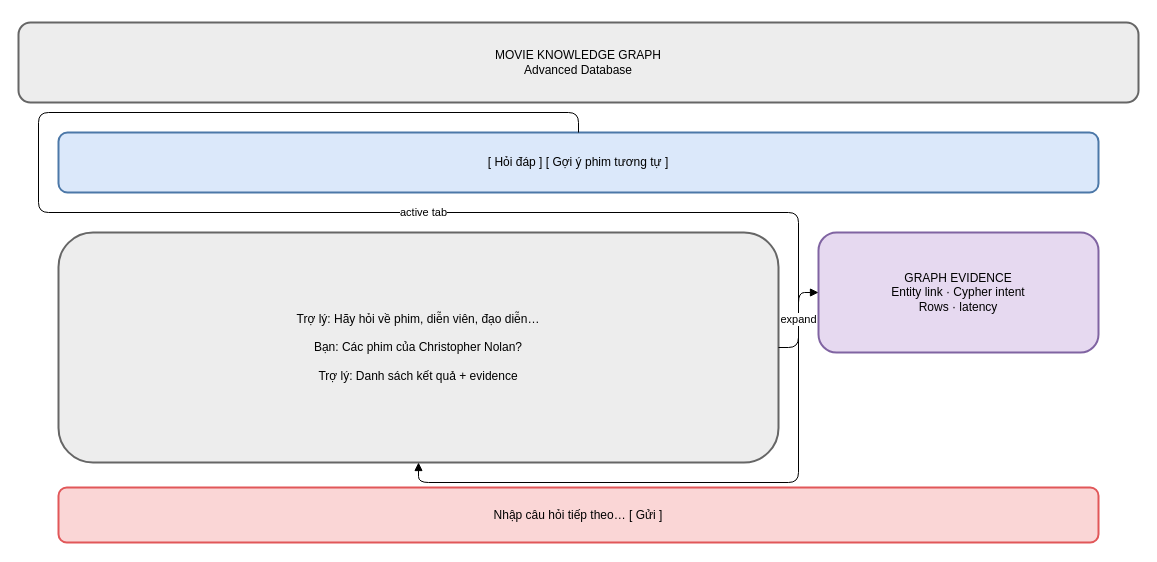
The draw.io diagram report_latex/images/sources/web_ui.drawio in khanhhk/advanced_database, before the edit. Source tidied: cells renumbered, new cells numbered last; positions are measured from the earlier drawing's top-left corner, leaving out a move shared by most shapes. Both pictures are drawn from the tidied source at 100%, with x=0, y=0 at pixel (18, 22).
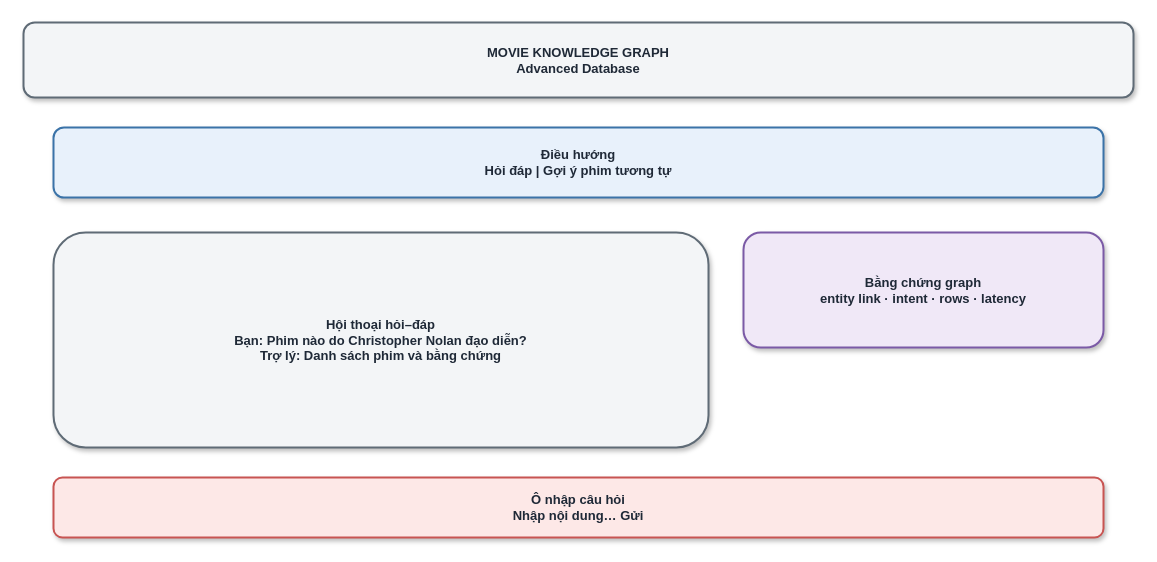
The same diagram, later.

Diff of the diagram source:
```diff
@@
 <mxGraphModel>
   <root>
     <mxCell id="0" />
     <mxCell id="1" parent="0" />
-    <mxCell id="2" value="MOVIE KNOWLEDGE GRAPH&#10;Advanced Database" style="rounded=1;whiteSpace=wrap;html=1;fillColor=#ededed;strokeColor=#666666;strokeWidth=2;" parent="1" vertex="1">
-      <mxGeometry width="1120" height="80" as="geometry" />
+    <mxCell id="2" value="MOVIE KNOWLEDGE GRAPH&#10;Advanced Database" style="rounded=1;whiteSpace=wrap;html=1;fillColor=#F3F5F7;strokeColor=#5F6B76;strokeWidth=2;fontSize=13;fontColor=#1F2937;fontStyle=1;spacing=8;shadow=1;" parent="1" vertex="1">
+      <mxGeometry x="5" width="1110" height="75" as="geometry" />
     </mxCell>
-    <mxCell id="3" value="[ Hỏi đáp ]     [ Gợi ý phim tương tự ]" style="rounded=1;whiteSpace=wrap;html=1;fillColor=#dbe8fa;strokeColor=#4c78a8;strokeWidth=2;" parent="1" vertex="1">
-      <mxGeometry x="40" y="110" width="1040" height="60" as="geometry" />
+    <mxCell id="3" value="Điều hướng&#10;Hỏi đáp   |   Gợi ý phim tương tự" style="rounded=1;whiteSpace=wrap;html=1;fillColor=#E8F1FB;strokeColor=#3B73A8;strokeWidth=2;fontSize=13;fontColor=#1F2937;fontStyle=1;spacing=8;shadow=1;" parent="1" vertex="1">
+      <mxGeometry x="35" y="105" width="1050" height="70" as="geometry" />
     </mxCell>
-    <mxCell id="4" value="Trợ lý: Hãy hỏi về phim, diễn viên, đạo diễn…&#10;&#10;Bạn: Các phim của Christopher Nolan?&#10;&#10;Trợ lý: Danh sách kết quả + evidence" style="rounded=1;whiteSpace=wrap;html=1;fillColor=#ededed;strokeColor=#666666;strokeWidth=2;" parent="1" vertex="1">
-      <mxGeometry x="40" y="210" width="720" height="230" as="geometry" />
+    <mxCell id="4" value="Hội thoại hỏi–đáp&#10;Bạn: Phim nào do Christopher Nolan đạo diễn?&#10;Trợ lý: Danh sách phim và bằng chứng" style="rounded=1;whiteSpace=wrap;html=1;fillColor=#F3F5F7;strokeColor=#5F6B76;strokeWidth=2;fontSize=13;fontColor=#1F2937;fontStyle=1;spacing=8;shadow=1;" parent="1" vertex="1">
+      <mxGeometry x="35" y="210" width="655" height="215" as="geometry" />
     </mxCell>
-    <mxCell id="5" value="GRAPH EVIDENCE&#10;Entity link · Cypher intent&#10;Rows · latency" style="rounded=1;whiteSpace=wrap;html=1;fillColor=#e6d9f0;strokeColor=#8064a2;strokeWidth=2;" parent="1" vertex="1">
-      <mxGeometry x="800" y="210" width="280" height="120" as="geometry" />
+    <mxCell id="5" value="Bằng chứng graph&#10;entity link · intent · rows · latency" style="rounded=1;whiteSpace=wrap;html=1;fillColor=#F0E8F7;strokeColor=#7B5AA6;strokeWidth=2;fontSize=13;fontColor=#1F2937;fontStyle=1;spacing=8;shadow=1;" parent="1" vertex="1">
+      <mxGeometry x="725" y="210" width="360" height="115" as="geometry" />
     </mxCell>
-    <mxCell id="6" value="Nhập câu hỏi tiếp theo…                         [ Gửi ]" style="rounded=1;whiteSpace=wrap;html=1;fillColor=#fad6d6;strokeColor=#e15759;strokeWidth=2;" parent="1" vertex="1">
-      <mxGeometry x="40" y="465" width="1040" height="55" as="geometry" />
+    <mxCell id="6" value="Ô nhập câu hỏi&#10;Nhập nội dung…                                      Gửi" style="rounded=1;whiteSpace=wrap;html=1;fillColor=#FDE8E7;strokeColor=#C85452;strokeWidth=2;fontSize=13;fontColor=#1F2937;fontStyle=1;spacing=8;shadow=1;" parent="1" vertex="1">
+      <mxGeometry x="35" y="455" width="1050" height="60" as="geometry" />
     </mxCell>
-    <mxCell id="7" value="active tab" style="edgeStyle=orthogonalEdgeStyle;rounded=1;jettySize=auto;html=1;endArrow=block;exitX=0.5;exitY=0;exitDx=0;exitDy=0;entryX=0.5;entryY=1;entryDx=0;entryDy=0;" parent="1" edge="1" source="3" target="4">
-      <mxGeometry relative="1" as="geometry" />
-    </mxCell>
-    <mxCell id="8" value="expand" style="edgeStyle=orthogonalEdgeStyle;rounded=1;jettySize=auto;html=1;endArrow=block;exitX=1;exitY=0.5;exitDx=0;exitDy=0;entryX=0;entryY=0.5;entryDx=0;entryDy=0;" parent="1" edge="1" source="4" target="5">
-      <mxGeometry relative="1" as="geometry" />
-    </mxCell>
   </root>
 </mxGraphModel>
```
